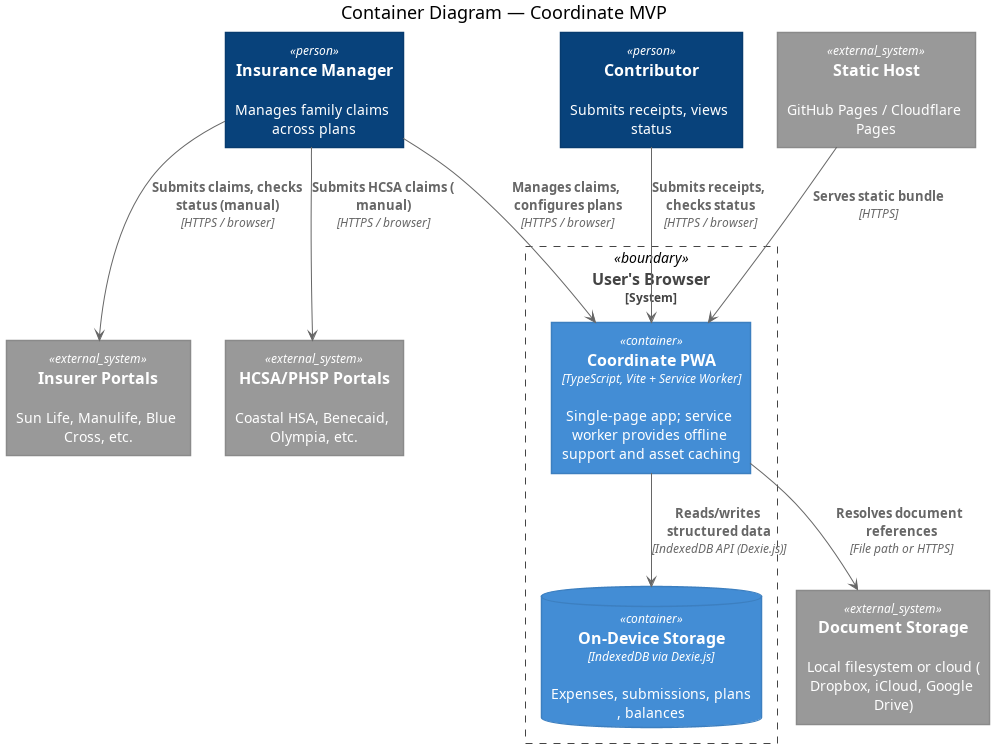
hallb/coordinate keeps this PlantUML diagram as docs/02-solution/diagrams/containers.png. Above is the earlier version.
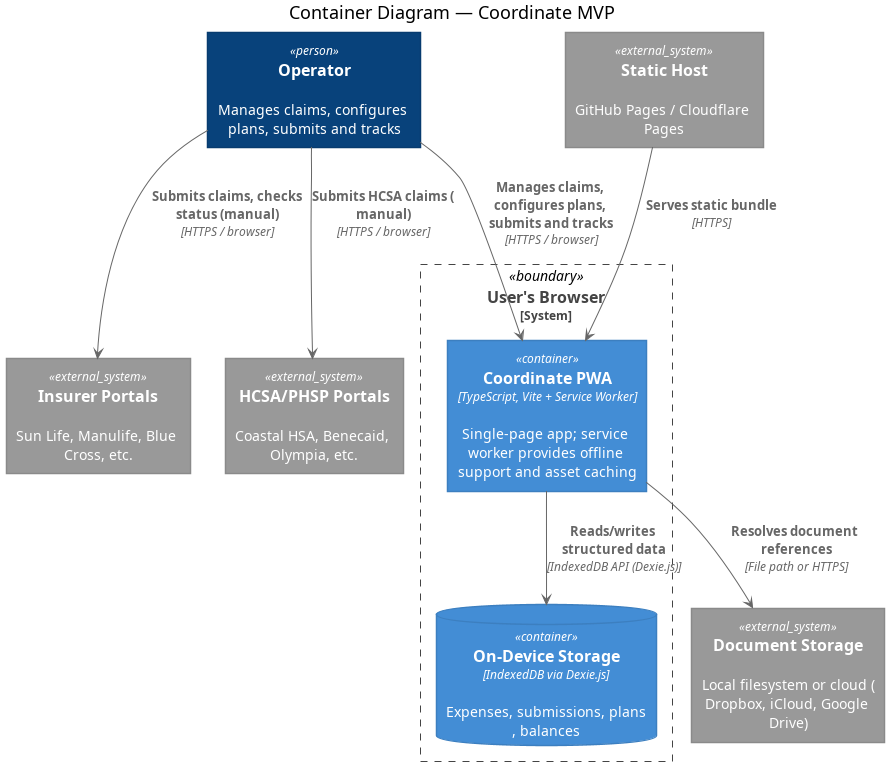
The same diagram one commit later.

Change to the diagram source:
```diff
@@ -134,8 +134,7 @@
 
 title Container Diagram — Coordinate MVP
 
-rectangle "==Insurance Manager\n\n Manages family claims across plans" <<person>> as user
-rectangle "==Contributor\n\n Submits receipts, views status" <<person>> as contributor
+rectangle "==Operator\n\n Manages claims, configures plans, submits and tracks" <<person>> as operator
 
 rectangle "==User's Browser\n<size:12>[System]</size>" <<boundary>> as browser {
     rectangle "==Coordinate PWA\n//<size:12>[TypeScript, Vite + Service Worker]</size>//\n\n Single-page app; service worker provides offline support and asset caching" <<container>> as pwa
@@ -148,10 +147,9 @@
 rectangle "==Document Storage\n\n Local filesystem or cloud (Dropbox, iCloud, Google Drive)" <<external_system>> as docStorage
 
 staticHost --> pwa : "===Serves static bundle\n//<size:12>[HTTPS]</size>//"
-user --> pwa : "===Manages claims, configures plans\n//<size:12>[HTTPS / browser]</size>//"
-contributor --> pwa : "===Submits receipts, checks status\n//<size:12>[HTTPS / browser]</size>//"
+operator --> pwa : "===Manages claims, configures plans, submits and tracks\n//<size:12>[HTTPS / browser]</size>//"
 pwa --> storage : "===Reads/writes structured data\n//<size:12>[IndexedDB API (Dexie.js)]</size>//"
 pwa --> docStorage : "===Resolves document references\n//<size:12>[File path or HTTPS]</size>//"
-user --> insurerPortal : "===Submits claims, checks status (manual)\n//<size:12>[HTTPS / browser]</size>//"
-user --> hcsaPortal : "===Submits HCSA claims (manual)\n//<size:12>[HTTPS / browser]</size>//"
+operator --> insurerPortal : "===Submits claims, checks status (manual)\n//<size:12>[HTTPS / browser]</size>//"
+operator --> hcsaPortal : "===Submits HCSA claims (manual)\n//<size:12>[HTTPS / browser]</size>//"
 @enduml
```
